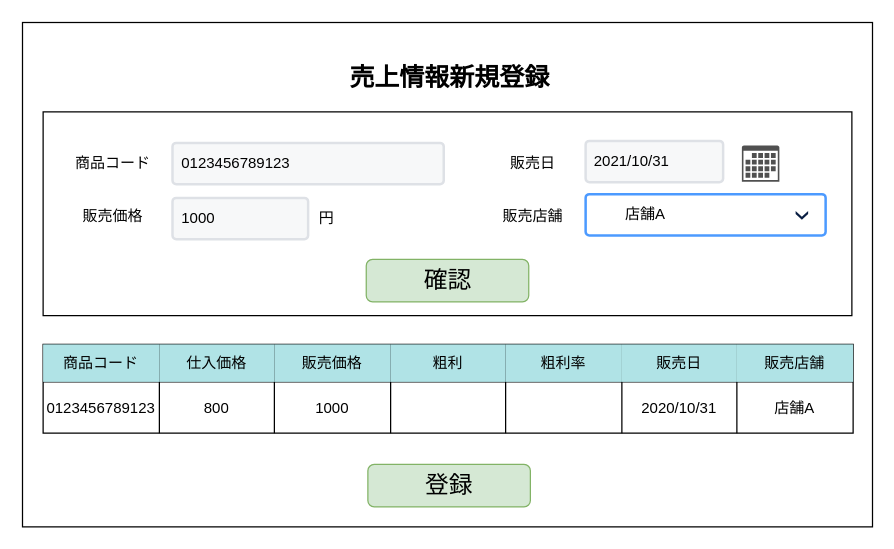
The draw.io diagram page "S11-02 売上情報新規登録" (2 of 4) of 各種設計書/6.画面設計書/S11_売上.drawio in HaruShim/Sotuken, before the edit. Source tidied: cells renumbered, new cells numbered last; positions are measured from the earlier drawing's top-left corner, leaving out a move shared by most shapes. Both pictures are drawn from the tidied source at 125%, with x=0, y=0 at pixel (21, 21).
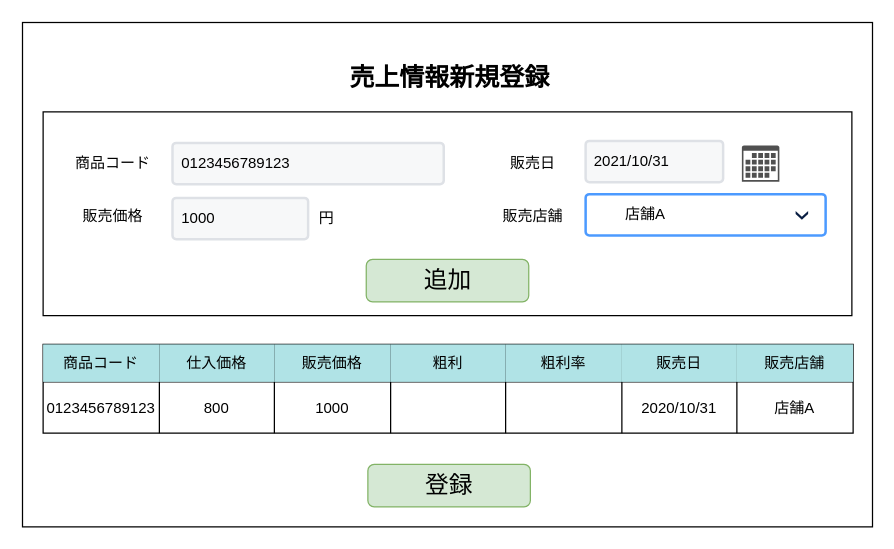
The same diagram, later.

Change to the diagram source:
```diff
@@
-    <mxCell id="31" value="&lt;span style=&quot;font-size: 19px&quot;&gt;確認&lt;/span&gt;" style="rounded=1;whiteSpace=wrap;html=1;align=center;labelBackgroundColor=none;fillColor=#d5e8d4;strokeColor=#82b366;" parent="1" vertex="1">
+    <mxCell id="31" value="&lt;font style=&quot;font-size: 19px&quot;&gt;追加&lt;/font&gt;" style="rounded=1;whiteSpace=wrap;html=1;align=center;labelBackgroundColor=none;fillColor=#d5e8d4;strokeColor=#82b366;" parent="1" vertex="1">
       <mxGeometry x="275.5" y="190" width="130" height="34" as="geometry" />
     </mxCell>
```
